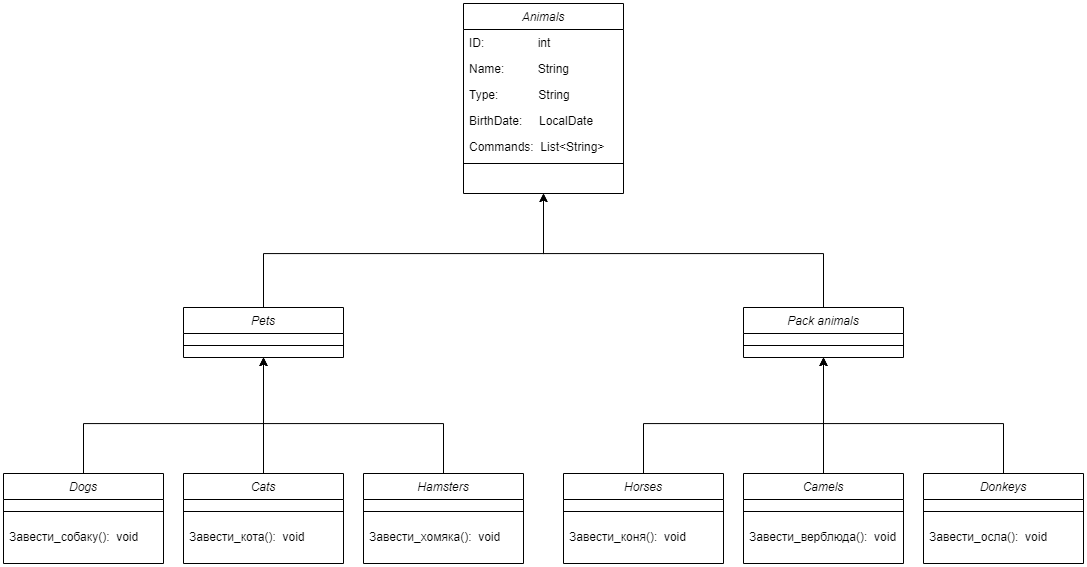
Earlier version of the draw.io export humanFreands_diagram.png (restart82/FinalControlWorkSpecializationBlock). Source tidied: cells renumbered, new cells last; positions are measured from the earlier drawing's top-left corner, leaving out a move shared by most shapes. The source it was exported from:
```xml
<mxGraphModel>
  <root>
    <mxCell id="0" />
    <mxCell id="1" parent="0" />
    <mxCell id="2" value="Animals" style="swimlane;fontStyle=2;align=center;verticalAlign=top;horizontal=1;startSize=26;rounded=0;shadow=0;strokeWidth=1;" parent="1" vertex="1">
      <mxGeometry x="460" width="160" height="190" as="geometry" />
    </mxCell>
    <mxCell id="3" value="ID:                int" style="text;align=left;verticalAlign=top;spacingLeft=4;spacingRight=4;overflow=hidden;" parent="2" vertex="1">
      <mxGeometry y="26" width="160" height="26" as="geometry" />
    </mxCell>
    <mxCell id="4" value="Name:          String" style="text;align=left;verticalAlign=top;spacingLeft=4;spacingRight=4;overflow=hidden;rounded=0;shadow=0;html=0;" parent="2" vertex="1">
      <mxGeometry y="52" width="160" height="26" as="geometry" />
    </mxCell>
    <mxCell id="5" value="Type:            String" style="text;align=left;verticalAlign=top;spacingLeft=4;spacingRight=4;overflow=hidden;rounded=0;shadow=0;html=0;" parent="2" vertex="1">
      <mxGeometry y="78" width="160" height="26" as="geometry" />
    </mxCell>
    <mxCell id="6" value="BirthDate:     LocalDate" style="text;align=left;verticalAlign=top;spacingLeft=4;spacingRight=4;overflow=hidden;rounded=0;shadow=0;html=0;" parent="2" vertex="1">
      <mxGeometry y="104" width="160" height="26" as="geometry" />
    </mxCell>
    <mxCell id="7" value="Commands:  List&lt;String&gt;" style="text;align=left;verticalAlign=top;spacingLeft=4;spacingRight=4;overflow=hidden;rounded=0;shadow=0;html=0;" parent="2" vertex="1">
      <mxGeometry y="130" width="160" height="26" as="geometry" />
    </mxCell>
    <mxCell id="8" style="line;html=1;strokeWidth=1;align=left;verticalAlign=middle;spacingTop=-1;spacingLeft=3;spacingRight=3;labelPosition=right;" parent="2" vertex="1">
      <mxGeometry y="156" width="160" height="8" as="geometry" />
    </mxCell>
    <mxCell id="9" style="edgeStyle=orthogonalEdgeStyle;rounded=0;jettySize=auto;html=1;entryX=0.5;entryY=1;entryDx=0;entryDy=0;" parent="1" edge="1" source="10" target="2">
      <mxGeometry relative="1" as="geometry">
        <Array as="points">
          <mxPoint x="260" y="250" />
          <mxPoint x="540" y="250" />
        </Array>
      </mxGeometry>
    </mxCell>
    <mxCell id="10" value="Pets" style="swimlane;fontStyle=2;align=center;verticalAlign=top;horizontal=1;startSize=26;rounded=0;shadow=0;strokeWidth=1;" parent="1" vertex="1">
      <mxGeometry x="180" y="304" width="160" height="50" as="geometry" />
    </mxCell>
    <mxCell id="11" style="line;html=1;strokeWidth=1;align=left;verticalAlign=middle;spacingTop=-1;spacingLeft=3;spacingRight=3;labelPosition=right;" parent="10" vertex="1">
      <mxGeometry y="26" width="160" height="24" as="geometry" />
    </mxCell>
    <mxCell id="12" style="edgeStyle=orthogonalEdgeStyle;rounded=0;jettySize=auto;html=1;entryX=0.5;entryY=1;entryDx=0;entryDy=0;" parent="1" edge="1" source="13" target="2">
      <mxGeometry relative="1" as="geometry">
        <Array as="points">
          <mxPoint x="820" y="250" />
          <mxPoint x="540" y="250" />
        </Array>
      </mxGeometry>
    </mxCell>
    <mxCell id="13" value="Pack animals" style="swimlane;fontStyle=2;align=center;verticalAlign=top;horizontal=1;startSize=26;rounded=0;shadow=0;strokeWidth=1;" parent="1" vertex="1">
      <mxGeometry x="740" y="304" width="160" height="50" as="geometry" />
    </mxCell>
    <mxCell id="14" style="line;html=1;strokeWidth=1;align=left;verticalAlign=middle;spacingTop=-1;spacingLeft=3;spacingRight=3;labelPosition=right;" parent="13" vertex="1">
      <mxGeometry y="26" width="160" height="24" as="geometry" />
    </mxCell>
    <mxCell id="15" style="edgeStyle=orthogonalEdgeStyle;rounded=0;jettySize=auto;html=1;entryX=0.5;entryY=1;entryDx=0;entryDy=0;" parent="1" edge="1" source="16" target="10">
      <mxGeometry relative="1" as="geometry">
        <Array as="points">
          <mxPoint x="80" y="420" />
          <mxPoint x="260" y="420" />
        </Array>
      </mxGeometry>
    </mxCell>
    <mxCell id="16" value="Dogs" style="swimlane;fontStyle=2;align=center;verticalAlign=top;horizontal=1;startSize=26;rounded=0;shadow=0;strokeWidth=1;" parent="1" vertex="1">
      <mxGeometry y="470" width="160" height="90" as="geometry" />
    </mxCell>
    <mxCell id="17" style="line;html=1;strokeWidth=1;align=left;verticalAlign=middle;spacingTop=-1;spacingLeft=3;spacingRight=3;labelPosition=right;" parent="16" vertex="1">
      <mxGeometry y="26" width="160" height="24" as="geometry" />
    </mxCell>
    <mxCell id="18" value="Завести_собаку():  void" style="text;align=left;verticalAlign=top;spacingLeft=4;spacingRight=4;overflow=hidden;rounded=0;shadow=0;html=0;" parent="16" vertex="1">
      <mxGeometry y="50" width="160" height="26" as="geometry" />
    </mxCell>
    <mxCell id="19" style="edgeStyle=orthogonalEdgeStyle;rounded=0;jettySize=auto;html=1;entryX=0.5;entryY=1;entryDx=0;entryDy=0;" parent="1" edge="1" source="20" target="10">
      <mxGeometry relative="1" as="geometry" />
    </mxCell>
    <mxCell id="20" value="Cats" style="swimlane;fontStyle=2;align=center;verticalAlign=top;horizontal=1;startSize=26;rounded=0;shadow=0;strokeWidth=1;" parent="1" vertex="1">
      <mxGeometry x="180" y="470" width="160" height="90" as="geometry" />
    </mxCell>
    <mxCell id="21" style="line;html=1;strokeWidth=1;align=left;verticalAlign=middle;spacingTop=-1;spacingLeft=3;spacingRight=3;labelPosition=right;" parent="20" vertex="1">
      <mxGeometry y="26" width="160" height="24" as="geometry" />
    </mxCell>
    <mxCell id="22" value="Завести_кота():  void" style="text;align=left;verticalAlign=top;spacingLeft=4;spacingRight=4;overflow=hidden;rounded=0;shadow=0;html=0;" parent="20" vertex="1">
      <mxGeometry y="50" width="160" height="26" as="geometry" />
    </mxCell>
    <mxCell id="23" style="edgeStyle=orthogonalEdgeStyle;rounded=0;jettySize=auto;html=1;entryX=0.5;entryY=1;entryDx=0;entryDy=0;" parent="1" edge="1" source="24" target="10">
      <mxGeometry relative="1" as="geometry">
        <Array as="points">
          <mxPoint x="440" y="420" />
          <mxPoint x="260" y="420" />
        </Array>
      </mxGeometry>
    </mxCell>
    <mxCell id="24" value="Hamsters" style="swimlane;fontStyle=2;align=center;verticalAlign=top;horizontal=1;startSize=26;rounded=0;shadow=0;strokeWidth=1;" parent="1" vertex="1">
      <mxGeometry x="360" y="470" width="160" height="90" as="geometry" />
    </mxCell>
    <mxCell id="25" style="line;html=1;strokeWidth=1;align=left;verticalAlign=middle;spacingTop=-1;spacingLeft=3;spacingRight=3;labelPosition=right;" parent="24" vertex="1">
      <mxGeometry y="26" width="160" height="24" as="geometry" />
    </mxCell>
    <mxCell id="26" value="Завести_хомяка():  void" style="text;align=left;verticalAlign=top;spacingLeft=4;spacingRight=4;overflow=hidden;rounded=0;shadow=0;html=0;" parent="24" vertex="1">
      <mxGeometry y="50" width="160" height="26" as="geometry" />
    </mxCell>
    <mxCell id="27" style="edgeStyle=orthogonalEdgeStyle;rounded=0;jettySize=auto;html=1;" parent="1" edge="1" source="28">
      <mxGeometry relative="1" as="geometry">
        <mxPoint x="820" y="354" as="targetPoint" />
        <Array as="points">
          <mxPoint x="640" y="420" />
          <mxPoint x="820" y="420" />
        </Array>
      </mxGeometry>
    </mxCell>
    <mxCell id="28" value="Horses" style="swimlane;fontStyle=2;align=center;verticalAlign=top;horizontal=1;startSize=26;rounded=0;shadow=0;strokeWidth=1;" parent="1" vertex="1">
      <mxGeometry x="560" y="470" width="160" height="90" as="geometry" />
    </mxCell>
    <mxCell id="29" style="line;html=1;strokeWidth=1;align=left;verticalAlign=middle;spacingTop=-1;spacingLeft=3;spacingRight=3;labelPosition=right;" parent="28" vertex="1">
      <mxGeometry y="26" width="160" height="24" as="geometry" />
    </mxCell>
    <mxCell id="30" value="Завести_коня():  void" style="text;align=left;verticalAlign=top;spacingLeft=4;spacingRight=4;overflow=hidden;rounded=0;shadow=0;html=0;" parent="28" vertex="1">
      <mxGeometry y="50" width="160" height="26" as="geometry" />
    </mxCell>
    <mxCell id="31" style="edgeStyle=orthogonalEdgeStyle;rounded=0;jettySize=auto;html=1;entryX=0.5;entryY=1;entryDx=0;entryDy=0;" parent="1" edge="1" source="32" target="13">
      <mxGeometry relative="1" as="geometry" />
    </mxCell>
    <mxCell id="32" value="Camels" style="swimlane;fontStyle=2;align=center;verticalAlign=top;horizontal=1;startSize=26;rounded=0;shadow=0;strokeWidth=1;" parent="1" vertex="1">
      <mxGeometry x="740" y="470" width="160" height="90" as="geometry" />
    </mxCell>
    <mxCell id="33" style="line;html=1;strokeWidth=1;align=left;verticalAlign=middle;spacingTop=-1;spacingLeft=3;spacingRight=3;labelPosition=right;" parent="32" vertex="1">
      <mxGeometry y="26" width="160" height="24" as="geometry" />
    </mxCell>
    <mxCell id="34" value="Завести_верблюда():  void" style="text;align=left;verticalAlign=top;spacingLeft=4;spacingRight=4;overflow=hidden;rounded=0;shadow=0;html=0;" parent="32" vertex="1">
      <mxGeometry y="50" width="160" height="26" as="geometry" />
    </mxCell>
    <mxCell id="35" style="edgeStyle=orthogonalEdgeStyle;rounded=0;jettySize=auto;html=1;entryX=0.5;entryY=1;entryDx=0;entryDy=0;" parent="1" edge="1" source="36" target="13">
      <mxGeometry relative="1" as="geometry">
        <Array as="points">
          <mxPoint x="1000" y="420" />
          <mxPoint x="820" y="420" />
        </Array>
      </mxGeometry>
    </mxCell>
    <mxCell id="36" value="Donkeys" style="swimlane;fontStyle=2;align=center;verticalAlign=top;horizontal=1;startSize=26;rounded=0;shadow=0;strokeWidth=1;" parent="1" vertex="1">
      <mxGeometry x="920" y="470" width="160" height="90" as="geometry" />
    </mxCell>
    <mxCell id="37" style="line;html=1;strokeWidth=1;align=left;verticalAlign=middle;spacingTop=-1;spacingLeft=3;spacingRight=3;labelPosition=right;" parent="36" vertex="1">
      <mxGeometry y="26" width="160" height="24" as="geometry" />
    </mxCell>
    <mxCell id="38" value="Завести_осла():  void" style="text;align=left;verticalAlign=top;spacingLeft=4;spacingRight=4;overflow=hidden;rounded=0;shadow=0;html=0;" parent="36" vertex="1">
      <mxGeometry y="50" width="160" height="26" as="geometry" />
    </mxCell>
  </root>
</mxGraphModel>
```
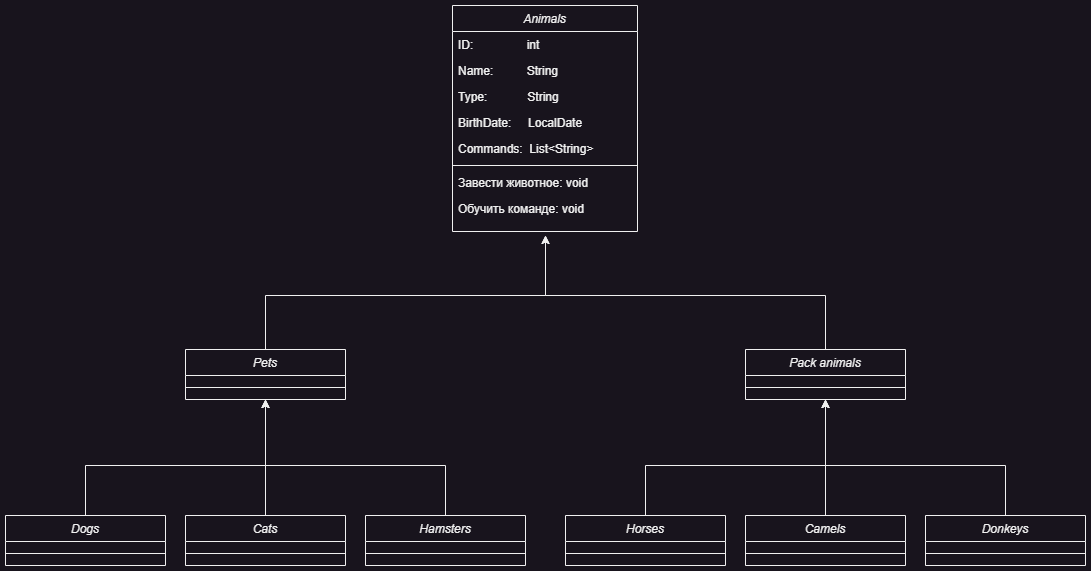
Above is the later version.

Change to the diagram source:
```diff
@@ -3,28 +3,35 @@
     <mxCell id="0" />
     <mxCell id="1" parent="0" />
     <mxCell id="2" value="Animals" style="swimlane;fontStyle=2;align=center;verticalAlign=top;horizontal=1;startSize=26;rounded=0;shadow=0;strokeWidth=1;" parent="1" vertex="1">
-      <mxGeometry x="460" width="160" height="190" as="geometry" />
+      <mxGeometry x="447" y="-40" width="185" height="226" as="geometry" />
     </mxCell>
     <mxCell id="3" value="ID:                int" style="text;align=left;verticalAlign=top;spacingLeft=4;spacingRight=4;overflow=hidden;" parent="2" vertex="1">
-      <mxGeometry y="26" width="160" height="26" as="geometry" />
+      <mxGeometry y="26" width="185" height="26" as="geometry" />
     </mxCell>
     <mxCell id="4" value="Name:          String" style="text;align=left;verticalAlign=top;spacingLeft=4;spacingRight=4;overflow=hidden;rounded=0;shadow=0;html=0;" parent="2" vertex="1">
-      <mxGeometry y="52" width="160" height="26" as="geometry" />
+      <mxGeometry y="52" width="185" height="26" as="geometry" />
     </mxCell>
     <mxCell id="5" value="Type:            String" style="text;align=left;verticalAlign=top;spacingLeft=4;spacingRight=4;overflow=hidden;rounded=0;shadow=0;html=0;" parent="2" vertex="1">
-      <mxGeometry y="78" width="160" height="26" as="geometry" />
+      <mxGeometry y="78" width="185" height="26" as="geometry" />
     </mxCell>
     <mxCell id="6" value="BirthDate:     LocalDate" style="text;align=left;verticalAlign=top;spacingLeft=4;spacingRight=4;overflow=hidden;rounded=0;shadow=0;html=0;" parent="2" vertex="1">
-      <mxGeometry y="104" width="160" height="26" as="geometry" />
+      <mxGeometry y="104" width="185" height="26" as="geometry" />
     </mxCell>
     <mxCell id="7" value="Commands:  List&lt;String&gt;" style="text;align=left;verticalAlign=top;spacingLeft=4;spacingRight=4;overflow=hidden;rounded=0;shadow=0;html=0;" parent="2" vertex="1">
-      <mxGeometry y="130" width="160" height="26" as="geometry" />
+      <mxGeometry y="130" width="185" height="26" as="geometry" />
     </mxCell>
     <mxCell id="8" style="line;html=1;strokeWidth=1;align=left;verticalAlign=middle;spacingTop=-1;spacingLeft=3;spacingRight=3;labelPosition=right;" parent="2" vertex="1">
-      <mxGeometry y="156" width="160" height="8" as="geometry" />
+      <mxGeometry y="156" width="185" height="8" as="geometry" />
     </mxCell>
+    <mxCell id="39" value="Завести животное: void" style="text;align=left;verticalAlign=top;spacingLeft=4;spacingRight=4;overflow=hidden;rounded=0;shadow=0;html=0;" parent="2" vertex="1">
+      <mxGeometry y="164" width="185" height="26" as="geometry" />
+    </mxCell>
+    <mxCell id="40" value="Обучить команде: void" style="text;align=left;verticalAlign=top;spacingLeft=4;spacingRight=4;overflow=hidden;rounded=0;shadow=0;html=0;" parent="2" vertex="1">
+      <mxGeometry y="190" width="185" height="26" as="geometry" />
+    </mxCell>
-    <mxCell id="9" style="edgeStyle=orthogonalEdgeStyle;rounded=0;jettySize=auto;html=1;entryX=0.5;entryY=1;entryDx=0;entryDy=0;" parent="1" edge="1" source="10" target="2">
+    <mxCell id="9" style="edgeStyle=orthogonalEdgeStyle;rounded=0;jettySize=auto;html=1;entryX=0.5;entryY=1;entryDx=0;entryDy=0;" parent="1" edge="1" source="10">
       <mxGeometry relative="1" as="geometry">
+        <mxPoint x="540" y="190" as="targetPoint" />
         <Array as="points">
           <mxPoint x="260" y="250" />
           <mxPoint x="540" y="250" />
@@ -37,8 +44,9 @@
     <mxCell id="11" style="line;html=1;strokeWidth=1;align=left;verticalAlign=middle;spacingTop=-1;spacingLeft=3;spacingRight=3;labelPosition=right;" parent="10" vertex="1">
       <mxGeometry y="26" width="160" height="24" as="geometry" />
     </mxCell>
-    <mxCell id="12" style="edgeStyle=orthogonalEdgeStyle;rounded=0;jettySize=auto;html=1;entryX=0.5;entryY=1;entryDx=0;entryDy=0;" parent="1" edge="1" source="13" target="2">
+    <mxCell id="12" style="edgeStyle=orthogonalEdgeStyle;rounded=0;jettySize=auto;html=1;entryX=0.5;entryY=1;entryDx=0;entryDy=0;" parent="1" edge="1" source="13">
       <mxGeometry relative="1" as="geometry">
+        <mxPoint x="540" y="190" as="targetPoint" />
         <Array as="points">
           <mxPoint x="820" y="250" />
           <mxPoint x="540" y="250" />
@@ -60,26 +68,20 @@
       </mxGeometry>
     </mxCell>
     <mxCell id="16" value="Dogs" style="swimlane;fontStyle=2;align=center;verticalAlign=top;horizontal=1;startSize=26;rounded=0;shadow=0;strokeWidth=1;" parent="1" vertex="1">
-      <mxGeometry y="470" width="160" height="90" as="geometry" />
+      <mxGeometry y="470" width="160" height="50" as="geometry" />
     </mxCell>
     <mxCell id="17" style="line;html=1;strokeWidth=1;align=left;verticalAlign=middle;spacingTop=-1;spacingLeft=3;spacingRight=3;labelPosition=right;" parent="16" vertex="1">
       <mxGeometry y="26" width="160" height="24" as="geometry" />
     </mxCell>
-    <mxCell id="18" value="Завести_собаку():  void" style="text;align=left;verticalAlign=top;spacingLeft=4;spacingRight=4;overflow=hidden;rounded=0;shadow=0;html=0;" parent="16" vertex="1">
-      <mxGeometry y="50" width="160" height="26" as="geometry" />
-    </mxCell>
     <mxCell id="19" style="edgeStyle=orthogonalEdgeStyle;rounded=0;jettySize=auto;html=1;entryX=0.5;entryY=1;entryDx=0;entryDy=0;" parent="1" edge="1" source="20" target="10">
       <mxGeometry relative="1" as="geometry" />
     </mxCell>
     <mxCell id="20" value="Cats" style="swimlane;fontStyle=2;align=center;verticalAlign=top;horizontal=1;startSize=26;rounded=0;shadow=0;strokeWidth=1;" parent="1" vertex="1">
-      <mxGeometry x="180" y="470" width="160" height="90" as="geometry" />
+      <mxGeometry x="180" y="470" width="160" height="50" as="geometry" />
     </mxCell>
     <mxCell id="21" style="line;html=1;strokeWidth=1;align=left;verticalAlign=middle;spacingTop=-1;spacingLeft=3;spacingRight=3;labelPosition=right;" parent="20" vertex="1">
       <mxGeometry y="26" width="160" height="24" as="geometry" />
     </mxCell>
-    <mxCell id="22" value="Завести_кота():  void" style="text;align=left;verticalAlign=top;spacingLeft=4;spacingRight=4;overflow=hidden;rounded=0;shadow=0;html=0;" parent="20" vertex="1">
-      <mxGeometry y="50" width="160" height="26" as="geometry" />
-    </mxCell>
     <mxCell id="23" style="edgeStyle=orthogonalEdgeStyle;rounded=0;jettySize=auto;html=1;entryX=0.5;entryY=1;entryDx=0;entryDy=0;" parent="1" edge="1" source="24" target="10">
       <mxGeometry relative="1" as="geometry">
         <Array as="points">
@@ -89,14 +91,11 @@
       </mxGeometry>
     </mxCell>
     <mxCell id="24" value="Hamsters" style="swimlane;fontStyle=2;align=center;verticalAlign=top;horizontal=1;startSize=26;rounded=0;shadow=0;strokeWidth=1;" parent="1" vertex="1">
-      <mxGeometry x="360" y="470" width="160" height="90" as="geometry" />
+      <mxGeometry x="360" y="470" width="160" height="50" as="geometry" />
     </mxCell>
     <mxCell id="25" style="line;html=1;strokeWidth=1;align=left;verticalAlign=middle;spacingTop=-1;spacingLeft=3;spacingRight=3;labelPosition=right;" parent="24" vertex="1">
       <mxGeometry y="26" width="160" height="24" as="geometry" />
     </mxCell>
-    <mxCell id="26" value="Завести_хомяка():  void" style="text;align=left;verticalAlign=top;spacingLeft=4;spacingRight=4;overflow=hidden;rounded=0;shadow=0;html=0;" parent="24" vertex="1">
-      <mxGeometry y="50" width="160" height="26" as="geometry" />
-    </mxCell>
     <mxCell id="27" style="edgeStyle=orthogonalEdgeStyle;rounded=0;jettySize=auto;html=1;" parent="1" edge="1" source="28">
       <mxGeometry relative="1" as="geometry">
         <mxPoint x="820" y="354" as="targetPoint" />
@@ -107,26 +106,20 @@
       </mxGeometry>
     </mxCell>
     <mxCell id="28" value="Horses" style="swimlane;fontStyle=2;align=center;verticalAlign=top;horizontal=1;startSize=26;rounded=0;shadow=0;strokeWidth=1;" parent="1" vertex="1">
-      <mxGeometry x="560" y="470" width="160" height="90" as="geometry" />
+      <mxGeometry x="560" y="470" width="160" height="50" as="geometry" />
     </mxCell>
     <mxCell id="29" style="line;html=1;strokeWidth=1;align=left;verticalAlign=middle;spacingTop=-1;spacingLeft=3;spacingRight=3;labelPosition=right;" parent="28" vertex="1">
       <mxGeometry y="26" width="160" height="24" as="geometry" />
     </mxCell>
-    <mxCell id="30" value="Завести_коня():  void" style="text;align=left;verticalAlign=top;spacingLeft=4;spacingRight=4;overflow=hidden;rounded=0;shadow=0;html=0;" parent="28" vertex="1">
-      <mxGeometry y="50" width="160" height="26" as="geometry" />
-    </mxCell>
     <mxCell id="31" style="edgeStyle=orthogonalEdgeStyle;rounded=0;jettySize=auto;html=1;entryX=0.5;entryY=1;entryDx=0;entryDy=0;" parent="1" edge="1" source="32" target="13">
       <mxGeometry relative="1" as="geometry" />
     </mxCell>
     <mxCell id="32" value="Camels" style="swimlane;fontStyle=2;align=center;verticalAlign=top;horizontal=1;startSize=26;rounded=0;shadow=0;strokeWidth=1;" parent="1" vertex="1">
-      <mxGeometry x="740" y="470" width="160" height="90" as="geometry" />
+      <mxGeometry x="740" y="470" width="160" height="50" as="geometry" />
     </mxCell>
     <mxCell id="33" style="line;html=1;strokeWidth=1;align=left;verticalAlign=middle;spacingTop=-1;spacingLeft=3;spacingRight=3;labelPosition=right;" parent="32" vertex="1">
       <mxGeometry y="26" width="160" height="24" as="geometry" />
     </mxCell>
-    <mxCell id="34" value="Завести_верблюда():  void" style="text;align=left;verticalAlign=top;spacingLeft=4;spacingRight=4;overflow=hidden;rounded=0;shadow=0;html=0;" parent="32" vertex="1">
-      <mxGeometry y="50" width="160" height="26" as="geometry" />
-    </mxCell>
     <mxCell id="35" style="edgeStyle=orthogonalEdgeStyle;rounded=0;jettySize=auto;html=1;entryX=0.5;entryY=1;entryDx=0;entryDy=0;" parent="1" edge="1" source="36" target="13">
       <mxGeometry relative="1" as="geometry">
         <Array as="points">
@@ -136,13 +129,10 @@
       </mxGeometry>
     </mxCell>
     <mxCell id="36" value="Donkeys" style="swimlane;fontStyle=2;align=center;verticalAlign=top;horizontal=1;startSize=26;rounded=0;shadow=0;strokeWidth=1;" parent="1" vertex="1">
-      <mxGeometry x="920" y="470" width="160" height="90" as="geometry" />
+      <mxGeometry x="920" y="470" width="160" height="50" as="geometry" />
     </mxCell>
     <mxCell id="37" style="line;html=1;strokeWidth=1;align=left;verticalAlign=middle;spacingTop=-1;spacingLeft=3;spacingRight=3;labelPosition=right;" parent="36" vertex="1">
       <mxGeometry y="26" width="160" height="24" as="geometry" />
     </mxCell>
-    <mxCell id="38" value="Завести_осла():  void" style="text;align=left;verticalAlign=top;spacingLeft=4;spacingRight=4;overflow=hidden;rounded=0;shadow=0;html=0;" parent="36" vertex="1">
-      <mxGeometry y="50" width="160" height="26" as="geometry" />
-    </mxCell>
   </root>
 </mxGraphModel>
```
